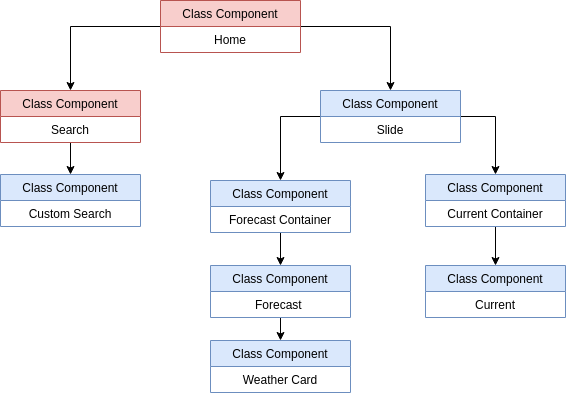
Above: diagramas/arbolComponentes.png in morenocl/may-weather (draw.io), before the change. Source tidied: cells renumbered, new cells last; positions are measured from the earlier drawing's top-left corner, leaving out a move shared by most shapes.
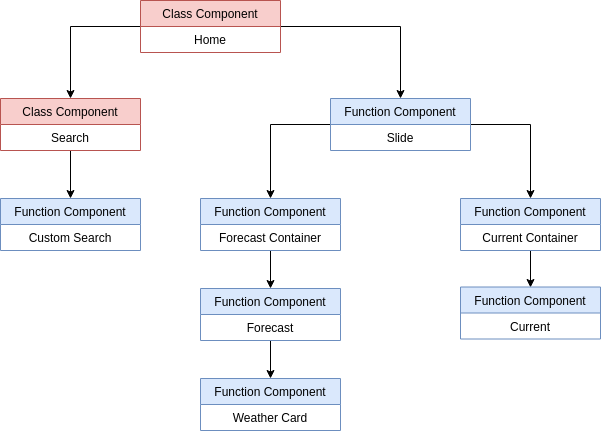
The same file after the commit.

Commit message:
Weather Card in README.md

Change to the diagram source:
```diff
@@ -2,83 +2,83 @@
   <root>
     <mxCell id="0" />
     <mxCell id="1" parent="0" />
-    <mxCell id="2" style="edgeStyle=orthogonalEdgeStyle;rounded=0;jettySize=auto;html=1;exitX=1;exitY=0.5;exitDx=0;exitDy=0;entryX=0.5;entryY=0;entryDx=0;entryDy=0;" parent="1" edge="1" source="4" target="11">
-      <mxGeometry relative="1" as="geometry" />
-    </mxCell>
-    <mxCell id="3" style="edgeStyle=orthogonalEdgeStyle;rounded=0;jettySize=auto;html=1;exitX=0;exitY=0.5;exitDx=0;exitDy=0;entryX=0.5;entryY=0;entryDx=0;entryDy=0;" parent="1" edge="1" source="4" target="7">
-      <mxGeometry relative="1" as="geometry" />
-    </mxCell>
-    <mxCell id="4" value="Class Component" style="swimlane;fontStyle=0;horizontal=1;startSize=26;fillColor=#f8cecc;strokeColor=#b85450;" parent="1" vertex="1">
-      <mxGeometry x="160" width="140" height="52" as="geometry" />
-    </mxCell>
+    <mxCell id="28" style="edgeStyle=orthogonalEdgeStyle;rounded=0;jettySize=auto;html=1;exitX=0;exitY=0.5;exitDx=0;exitDy=0;entryX=0.5;entryY=0;entryDx=0;entryDy=0;" parent="1" edge="1" source="30" target="32">
+      <mxGeometry relative="1" as="geometry" />
+    </mxCell>
+    <mxCell id="29" style="edgeStyle=orthogonalEdgeStyle;rounded=0;jettySize=auto;html=1;exitX=1;exitY=0.5;exitDx=0;exitDy=0;entryX=0.5;entryY=0;entryDx=0;entryDy=0;" parent="1" edge="1" source="30" target="35">
+      <mxGeometry relative="1" as="geometry" />
+    </mxCell>
+    <mxCell id="30" value="Class Component" style="swimlane;fontStyle=0;horizontal=1;startSize=26;fillColor=#f8cecc;strokeColor=#b85450;" parent="1" vertex="1">
+      <mxGeometry x="140" y="32" width="140" height="52" as="geometry" />
+    </mxCell>
-    <mxCell id="5" value="Home" style="text;strokeColor=none;fillColor=none;align=center;verticalAlign=top;spacingLeft=4;spacingRight=4;overflow=hidden;" parent="4" vertex="1">
+    <mxCell id="5" value="Home" style="text;strokeColor=none;fillColor=none;align=center;verticalAlign=top;spacingLeft=4;spacingRight=4;overflow=hidden;" parent="30" vertex="1">
       <mxGeometry y="26" width="140" height="26" as="geometry" />
     </mxCell>
-    <mxCell id="6" style="edgeStyle=orthogonalEdgeStyle;rounded=0;jettySize=auto;html=1;exitX=0.5;exitY=1;exitDx=0;exitDy=0;entryX=0.5;entryY=0;entryDx=0;entryDy=0;" parent="1" edge="1" source="7" target="26">
-      <mxGeometry relative="1" as="geometry" />
-    </mxCell>
-    <mxCell id="7" value="Class Component" style="swimlane;fontStyle=0;horizontal=1;startSize=26;fillColor=#f8cecc;strokeColor=#b85450;" parent="1" vertex="1">
-      <mxGeometry y="90" width="140" height="52" as="geometry" />
-    </mxCell>
+    <mxCell id="31" style="edgeStyle=orthogonalEdgeStyle;rounded=0;jettySize=auto;html=1;exitX=0.5;exitY=1;exitDx=0;exitDy=0;entryX=0.5;entryY=0;entryDx=0;entryDy=0;" parent="1" edge="1" source="32" target="43">
+      <mxGeometry relative="1" as="geometry" />
+    </mxCell>
+    <mxCell id="32" value="Class Component" style="swimlane;fontStyle=0;horizontal=1;startSize=26;fillColor=#f8cecc;strokeColor=#b85450;" parent="1" vertex="1">
+      <mxGeometry y="130" width="140" height="52" as="geometry" />
+    </mxCell>
-    <mxCell id="8" value="Search" style="text;strokeColor=none;fillColor=none;align=center;verticalAlign=top;spacingLeft=4;spacingRight=4;overflow=hidden;" parent="7" vertex="1">
+    <mxCell id="8" value="Search" style="text;strokeColor=none;fillColor=none;align=center;verticalAlign=top;spacingLeft=4;spacingRight=4;overflow=hidden;" parent="32" vertex="1">
       <mxGeometry y="26" width="140" height="26" as="geometry" />
     </mxCell>
-    <mxCell id="9" style="edgeStyle=orthogonalEdgeStyle;rounded=0;jettySize=auto;html=1;exitX=0;exitY=0.5;exitDx=0;exitDy=0;entryX=0.5;entryY=0;entryDx=0;entryDy=0;" parent="1" edge="1" source="11" target="14">
-      <mxGeometry relative="1" as="geometry" />
-    </mxCell>
-    <mxCell id="10" style="edgeStyle=orthogonalEdgeStyle;rounded=0;jettySize=auto;html=1;exitX=1;exitY=0.5;exitDx=0;exitDy=0;entryX=0.5;entryY=0;entryDx=0;entryDy=0;" parent="1" edge="1" source="11" target="17">
-      <mxGeometry relative="1" as="geometry" />
-    </mxCell>
-    <mxCell id="11" value="Class Component" style="swimlane;fontStyle=0;horizontal=1;startSize=26;fillColor=#dae8fc;strokeColor=#6c8ebf;" parent="1" vertex="1">
-      <mxGeometry x="320" y="90" width="140" height="52" as="geometry" />
-    </mxCell>
+    <mxCell id="33" style="edgeStyle=orthogonalEdgeStyle;rounded=0;jettySize=auto;html=1;exitX=0;exitY=0.5;exitDx=0;exitDy=0;entryX=0.5;entryY=0;entryDx=0;entryDy=0;" parent="1" edge="1" source="35" target="39">
+      <mxGeometry relative="1" as="geometry" />
+    </mxCell>
+    <mxCell id="34" style="edgeStyle=orthogonalEdgeStyle;rounded=0;jettySize=auto;html=1;exitX=1;exitY=0.5;exitDx=0;exitDy=0;entryX=0.5;entryY=0;entryDx=0;entryDy=0;" parent="1" edge="1" source="35" target="37">
+      <mxGeometry relative="1" as="geometry" />
+    </mxCell>
+    <mxCell id="35" value="Function Component" style="swimlane;fontStyle=0;horizontal=1;startSize=26;fillColor=#dae8fc;strokeColor=#6c8ebf;" parent="1" vertex="1">
+      <mxGeometry x="330" y="130" width="140" height="52" as="geometry" />
+    </mxCell>
-    <mxCell id="12" value="Slide" style="text;strokeColor=none;fillColor=none;align=center;verticalAlign=top;spacingLeft=4;spacingRight=4;overflow=hidden;" parent="11" vertex="1">
+    <mxCell id="12" value="Slide" style="text;strokeColor=none;fillColor=none;align=center;verticalAlign=top;spacingLeft=4;spacingRight=4;overflow=hidden;" parent="35" vertex="1">
       <mxGeometry y="26" width="140" height="26" as="geometry" />
     </mxCell>
-    <mxCell id="13" style="edgeStyle=orthogonalEdgeStyle;rounded=0;jettySize=auto;html=1;exitX=0.5;exitY=1;exitDx=0;exitDy=0;entryX=0.5;entryY=0;entryDx=0;entryDy=0;" parent="1" edge="1" source="14" target="20">
-      <mxGeometry relative="1" as="geometry" />
-    </mxCell>
-    <mxCell id="14" value="Class Component" style="swimlane;fontStyle=0;horizontal=1;startSize=26;fillColor=#dae8fc;strokeColor=#6c8ebf;" parent="1" vertex="1">
-      <mxGeometry x="210" y="180" width="140" height="52" as="geometry" />
-    </mxCell>
+    <mxCell id="36" style="edgeStyle=orthogonalEdgeStyle;rounded=0;jettySize=auto;html=1;exitX=0.5;exitY=1;exitDx=0;exitDy=0;entryX=0.5;entryY=0;entryDx=0;entryDy=0;" parent="1" edge="1" source="37" target="40">
+      <mxGeometry relative="1" as="geometry" />
+    </mxCell>
+    <mxCell id="37" value="Function Component" style="swimlane;fontStyle=0;horizontal=1;startSize=26;fillColor=#dae8fc;strokeColor=#6c8ebf;" parent="1" vertex="1">
+      <mxGeometry x="460" y="230" width="140" height="52" as="geometry" />
+    </mxCell>
+    <mxCell id="18" value="Current Container" style="text;strokeColor=none;fillColor=none;align=center;verticalAlign=top;spacingLeft=4;spacingRight=4;overflow=hidden;" parent="37" vertex="1">
+      <mxGeometry y="26" width="140" height="26" as="geometry" />
+    </mxCell>
+    <mxCell id="38" style="edgeStyle=orthogonalEdgeStyle;rounded=0;jettySize=auto;html=1;exitX=0.5;exitY=1;exitDx=0;exitDy=0;entryX=0.5;entryY=0;entryDx=0;entryDy=0;" parent="1" edge="1" source="39" target="42">
+      <mxGeometry relative="1" as="geometry" />
+    </mxCell>
+    <mxCell id="39" value="Function Component" style="swimlane;fontStyle=0;horizontal=1;startSize=26;fillColor=#dae8fc;strokeColor=#6c8ebf;" parent="1" vertex="1">
+      <mxGeometry x="200" y="230" width="140" height="52" as="geometry" />
+    </mxCell>
-    <mxCell id="15" value="Forecast Container" style="text;strokeColor=none;fillColor=none;align=center;verticalAlign=top;spacingLeft=4;spacingRight=4;overflow=hidden;" parent="14" vertex="1">
+    <mxCell id="15" value="Forecast Container" style="text;strokeColor=none;fillColor=none;align=center;verticalAlign=top;spacingLeft=4;spacingRight=4;overflow=hidden;" parent="39" vertex="1">
       <mxGeometry y="26" width="140" height="26" as="geometry" />
     </mxCell>
-    <mxCell id="16" style="edgeStyle=orthogonalEdgeStyle;rounded=0;jettySize=auto;html=1;exitX=0.5;exitY=1;exitDx=0;exitDy=0;entryX=0.5;entryY=0;entryDx=0;entryDy=0;" parent="1" edge="1" source="17" target="22">
-      <mxGeometry relative="1" as="geometry" />
-    </mxCell>
-    <mxCell id="17" value="Class Component" style="swimlane;fontStyle=0;horizontal=1;startSize=26;fillColor=#dae8fc;strokeColor=#6c8ebf;" parent="1" vertex="1">
-      <mxGeometry x="425" y="174" width="140" height="52" as="geometry" />
-    </mxCell>
-    <mxCell id="18" value="Current Container" style="text;strokeColor=none;fillColor=none;align=center;verticalAlign=top;spacingLeft=4;spacingRight=4;overflow=hidden;" parent="17" vertex="1">
-      <mxGeometry y="26" width="140" height="26" as="geometry" />
-    </mxCell>
-    <mxCell id="19" style="edgeStyle=orthogonalEdgeStyle;rounded=0;jettySize=auto;html=1;exitX=0.5;exitY=1;exitDx=0;exitDy=0;entryX=0.5;entryY=0;entryDx=0;entryDy=0;" parent="1" edge="1" source="20" target="24">
-      <mxGeometry relative="1" as="geometry" />
-    </mxCell>
-    <mxCell id="20" value="Class Component" style="swimlane;fontStyle=0;horizontal=1;startSize=26;fillColor=#dae8fc;strokeColor=#6c8ebf;" parent="1" vertex="1">
-      <mxGeometry x="210" y="265" width="140" height="52" as="geometry" />
-    </mxCell>
+    <mxCell id="40" value="Function Component" style="swimlane;fontStyle=0;horizontal=1;startSize=26;fillColor=#dae8fc;strokeColor=#6c8ebf;" parent="1" vertex="1">
+      <mxGeometry x="460" y="318.5" width="140" height="52" as="geometry" />
+    </mxCell>
+    <mxCell id="23" value="Current" style="text;strokeColor=none;fillColor=none;align=center;verticalAlign=top;spacingLeft=4;spacingRight=4;overflow=hidden;" parent="40" vertex="1">
+      <mxGeometry y="26" width="140" height="26" as="geometry" />
+    </mxCell>
+    <mxCell id="41" style="edgeStyle=orthogonalEdgeStyle;rounded=0;jettySize=auto;html=1;exitX=0.5;exitY=1;exitDx=0;exitDy=0;entryX=0.5;entryY=0;entryDx=0;entryDy=0;" parent="1" edge="1" source="42" target="44">
+      <mxGeometry relative="1" as="geometry" />
+    </mxCell>
+    <mxCell id="42" value="Function Component" style="swimlane;fontStyle=0;horizontal=1;startSize=26;fillColor=#dae8fc;strokeColor=#6c8ebf;" parent="1" vertex="1">
+      <mxGeometry x="200" y="320" width="140" height="52" as="geometry" />
+    </mxCell>
-    <mxCell id="21" value="Forecast " style="text;strokeColor=none;fillColor=none;align=center;verticalAlign=top;spacingLeft=4;spacingRight=4;overflow=hidden;" parent="20" vertex="1">
+    <mxCell id="21" value="Forecast" style="text;strokeColor=none;fillColor=none;align=center;verticalAlign=top;spacingLeft=4;spacingRight=4;overflow=hidden;" parent="42" vertex="1">
       <mxGeometry y="26" width="140" height="26" as="geometry" />
     </mxCell>
-    <mxCell id="22" value="Class Component" style="swimlane;fontStyle=0;horizontal=1;startSize=26;fillColor=#dae8fc;strokeColor=#6c8ebf;" parent="1" vertex="1">
-      <mxGeometry x="425" y="265" width="140" height="52" as="geometry" />
-    </mxCell>
-    <mxCell id="23" value="Current" style="text;strokeColor=none;fillColor=none;align=center;verticalAlign=top;spacingLeft=4;spacingRight=4;overflow=hidden;" parent="22" vertex="1">
-      <mxGeometry y="26" width="140" height="26" as="geometry" />
-    </mxCell>
-    <mxCell id="24" value="Class Component" style="swimlane;fontStyle=0;horizontal=1;startSize=26;fillColor=#dae8fc;strokeColor=#6c8ebf;" parent="1" vertex="1">
-      <mxGeometry x="210" y="340" width="140" height="52" as="geometry" />
-    </mxCell>
+    <mxCell id="43" value="Function Component" style="swimlane;fontStyle=0;horizontal=1;startSize=26;fillColor=#dae8fc;strokeColor=#6c8ebf;" parent="1" vertex="1">
+      <mxGeometry y="230" width="140" height="52" as="geometry" />
+    </mxCell>
+    <mxCell id="27" value="Custom Search" style="text;strokeColor=none;fillColor=none;align=center;verticalAlign=top;spacingLeft=4;spacingRight=4;overflow=hidden;" parent="43" vertex="1">
+      <mxGeometry y="26" width="140" height="26" as="geometry" />
+    </mxCell>
+    <mxCell id="44" value="Function Component" style="swimlane;fontStyle=0;horizontal=1;startSize=26;fillColor=#dae8fc;strokeColor=#6c8ebf;" parent="1" vertex="1">
+      <mxGeometry x="200" y="410" width="140" height="52" as="geometry" />
+    </mxCell>
-    <mxCell id="25" value="Weather Card" style="text;strokeColor=none;fillColor=none;align=center;verticalAlign=top;spacingLeft=4;spacingRight=4;overflow=hidden;" parent="24" vertex="1">
+    <mxCell id="25" value="Weather Card" style="text;strokeColor=none;fillColor=none;align=center;verticalAlign=top;spacingLeft=4;spacingRight=4;overflow=hidden;" parent="44" vertex="1">
       <mxGeometry y="26" width="140" height="26" as="geometry" />
     </mxCell>
-    <mxCell id="26" value="Class Component" style="swimlane;fontStyle=0;horizontal=1;startSize=26;fillColor=#dae8fc;strokeColor=#6c8ebf;" parent="1" vertex="1">
-      <mxGeometry y="174" width="140" height="52" as="geometry" />
-    </mxCell>
-    <mxCell id="27" value="Custom Search" style="text;strokeColor=none;fillColor=none;align=center;verticalAlign=top;spacingLeft=4;spacingRight=4;overflow=hidden;" parent="26" vertex="1">
-      <mxGeometry y="26" width="140" height="26" as="geometry" />
-    </mxCell>
   </root>
 </mxGraphModel>
```
